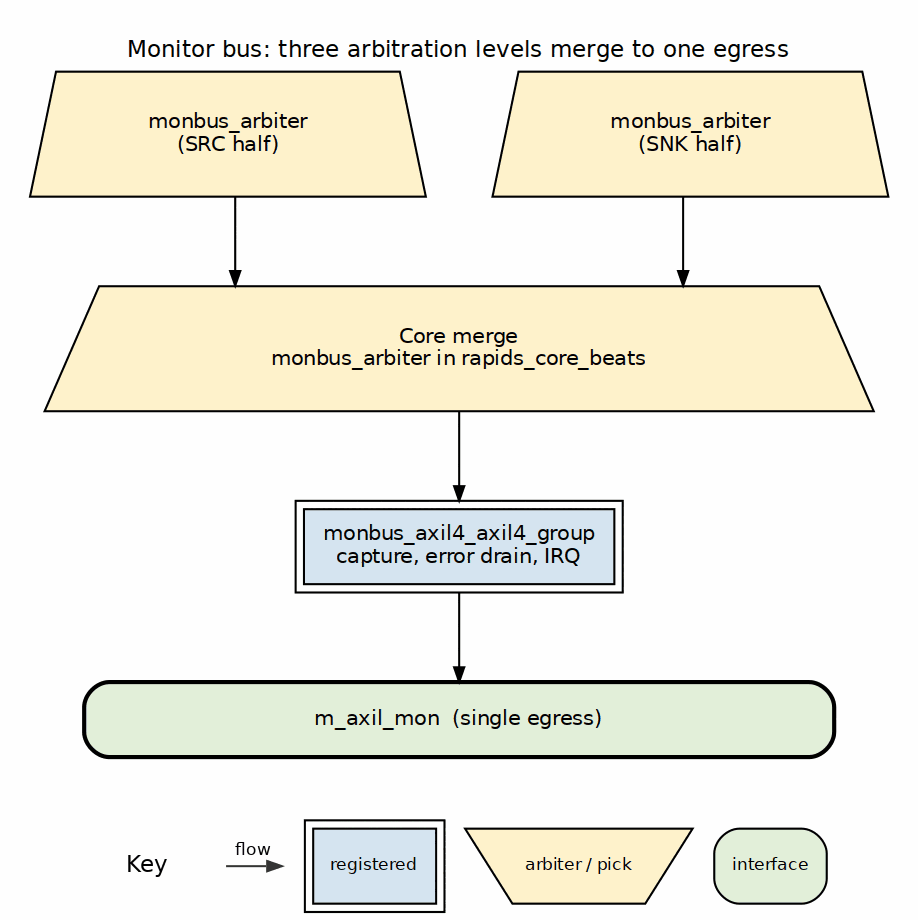
Earlier version of the Graphviz export projects/fpga-systems/Genesys2/dma-ip/rapids_beats/docs/assets/graphviz/rapids_monbus_hier.png (sean-galloway/RTLDesignSherpa). Its source is kept beside it as projects/fpga-systems/Genesys2/dma-ip/rapids_beats/docs/assets/graphviz/rapids_monbus_hier.dot.
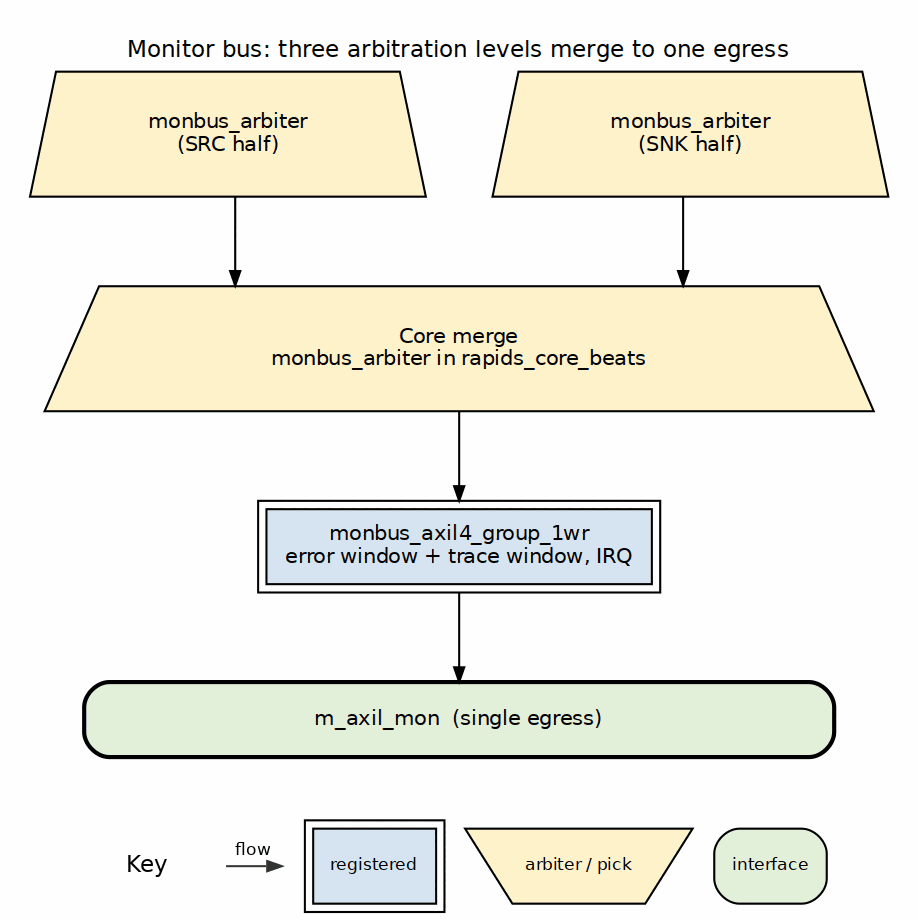
Later version of the same file.

Diff of the diagram source:
```diff
@@ -5,7 +5,7 @@
     srcm  [label="monbus_arbiter\n(SRC half)", shape=polygon, sides=4, distortion=-0.10, style="filled", fillcolor="#FFF2CC"];
     snkm  [label="monbus_arbiter\n(SNK half)", shape=polygon, sides=4, distortion=-0.10, style="filled", fillcolor="#FFF2CC"];
     merge [label="Core merge\nmonbus_arbiter in rapids_core_beats", shape=polygon, sides=4, distortion=-0.10, width=4, style="filled", fillcolor="#FFF2CC"];
-    grp   [label="monbus_axil4_axil4_group\ncapture, error drain, IRQ", peripheries=2, style="filled", fillcolor="#D6E4F0"];
+    grp   [label="monbus_axil4_group_1wr\nerror window + trace window, IRQ", peripheries=2, style="filled", fillcolor="#D6E4F0"];
     egr   [label="m_axil_mon  (single egress)", fillcolor="white", width=5, style="rounded,filled,bold", fillcolor="#E2EFDA"];
     srcm -> merge; snkm -> merge;
     merge -> grp; grp -> egr;
```
